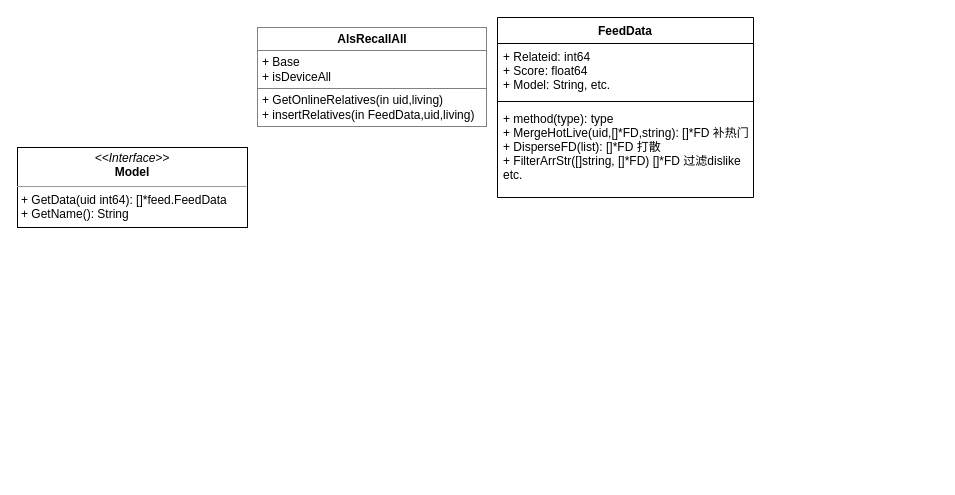
This is Untitled Diagram.drawio from wenzhenmiao/SelfUse, a draw.io file, before an edit. Source tidied: cells renumbered, new cells numbered last; positions are measured from the earlier drawing's top-left corner, leaving out a move shared by most shapes. Both pictures are drawn from the tidied source at 100%, with x=0, y=0 at pixel (17, 17).
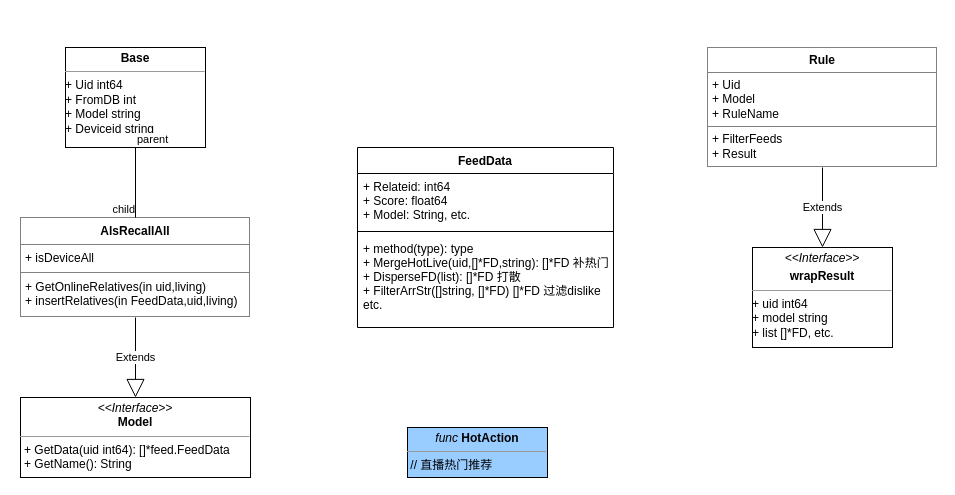
The same page after the edit.

What changed in the source:
```diff
@@
 <mxGraphModel>
   <root>
     <mxCell id="0" />
     <mxCell id="1" parent="0" />
-    <mxCell id="2" value="&lt;table border=&quot;1&quot; width=&quot;100%&quot; cellpadding=&quot;4&quot; style=&quot;width: 100% ; height: 100% ; border-collapse: collapse&quot;&gt;&lt;tbody&gt;&lt;tr&gt;&lt;th align=&quot;center&quot;&gt;&lt;b&gt;AlsRecallAll&lt;/b&gt;&lt;/th&gt;&lt;/tr&gt;&lt;tr&gt;&lt;td&gt;+ Base&lt;br&gt;+ isDeviceAll&lt;/td&gt;&lt;/tr&gt;&lt;tr&gt;&lt;td&gt;+ GetOnlineRelatives(in uid,living)&lt;br&gt;+ insertRelatives(in FeedData,uid,living)&lt;br&gt;&lt;/td&gt;&lt;/tr&gt;&lt;/tbody&gt;&lt;/table&gt;" style="text;html=1;strokeColor=none;fillColor=none;overflow=fill;" parent="1" vertex="1">
-      <mxGeometry x="240" y="10" width="230" height="100" as="geometry" />
+    <mxCell id="2" value="&lt;table border=&quot;1&quot; width=&quot;100%&quot; cellpadding=&quot;4&quot; style=&quot;width: 100% ; height: 100% ; border-collapse: collapse&quot;&gt;&lt;tbody&gt;&lt;tr&gt;&lt;th align=&quot;center&quot;&gt;&lt;b&gt;AlsRecallAll&lt;/b&gt;&lt;/th&gt;&lt;/tr&gt;&lt;tr&gt;&lt;td&gt;+ isDeviceAll&lt;/td&gt;&lt;/tr&gt;&lt;tr&gt;&lt;td&gt;+ GetOnlineRelatives(in uid,living)&lt;br&gt;+ insertRelatives(in FeedData,uid,living)&lt;br&gt;&lt;/td&gt;&lt;/tr&gt;&lt;/tbody&gt;&lt;/table&gt;" style="text;html=1;strokeColor=none;fillColor=none;overflow=fill;" parent="1" vertex="1">
+      <mxGeometry x="3" y="200" width="230" height="100" as="geometry" />
     </mxCell>
     <mxCell id="3" value="&lt;p style=&quot;margin: 0px ; margin-top: 4px ; text-align: center&quot;&gt;&lt;i&gt;&amp;lt;&amp;lt;Interface&amp;gt;&amp;gt;&lt;/i&gt;&lt;br&gt;&lt;b&gt;Model&lt;/b&gt;&lt;/p&gt;&lt;hr size=&quot;1&quot;&gt;&lt;p style=&quot;margin: 0px ; margin-left: 4px&quot;&gt;+ GetData(uid int64): []*feed.FeedData&lt;/p&gt;&lt;p style=&quot;margin: 0px ; margin-left: 4px&quot;&gt;+ GetName(): String&lt;br&gt;&lt;/p&gt;" style="verticalAlign=top;align=left;overflow=fill;fontSize=12;fontFamily=Helvetica;html=1;" parent="1" vertex="1">
-      <mxGeometry y="130" width="230" height="80" as="geometry" />
+      <mxGeometry x="3" y="380" width="230" height="80" as="geometry" />
     </mxCell>
     <mxCell id="4" value="FeedData" style="swimlane;fontStyle=1;align=center;verticalAlign=top;horizontal=1;startSize=26;" parent="1" vertex="1">
-      <mxGeometry x="480" width="256" height="180" as="geometry" />
+      <mxGeometry x="340" y="130" width="256" height="180" as="geometry" />
     </mxCell>
     <mxCell id="5" value="+ Relateid: int64&#10;+ Score: float64&#10;+ Model: String, etc." style="text;strokeColor=none;fillColor=none;align=left;verticalAlign=top;spacingLeft=4;spacingRight=4;overflow=hidden;" parent="4" vertex="1">
       <mxGeometry y="26" width="256" height="54" as="geometry" />
     </mxCell>
     <mxCell id="6" style="line;strokeWidth=1;fillColor=none;align=left;verticalAlign=middle;spacingTop=-1;spacingLeft=3;spacingRight=3;labelPosition=right;" parent="4" vertex="1">
       <mxGeometry y="80" width="256" height="8" as="geometry" />
     </mxCell>
     <mxCell id="7" value="+ method(type): type&#10;+ MergeHotLive(uid,[]*FD,string): []*FD 补热门&#10;+ DisperseFD(list): []*FD 打散&#10;+ FilterArrStr([]string, []*FD) []*FD 过滤dislike&#10;etc." style="text;strokeColor=none;fillColor=none;align=left;verticalAlign=top;spacingLeft=4;spacingRight=4;overflow=hidden;" parent="4" vertex="1">
       <mxGeometry y="88" width="256" height="92" as="geometry" />
     </mxCell>
+    <mxCell id="8" value="Extends" style="endArrow=block;endSize=16;endFill=0;html=1;rounded=0;exitX=0.5;exitY=1;exitDx=0;exitDy=0;entryX=0.5;entryY=0;entryDx=0;entryDy=0;" parent="1" edge="1" source="2" target="3">
+      <mxGeometry relative="1" as="geometry" />
+    </mxCell>
+    <mxCell id="9" value="&lt;p style=&quot;margin: 0px ; margin-top: 4px ; text-align: center&quot;&gt;&lt;i&gt;&amp;lt;&amp;lt;Interface&amp;gt;&amp;gt;&lt;/i&gt;&lt;br&gt;&lt;/p&gt;&lt;p style=&quot;margin: 0px ; margin-top: 4px ; text-align: center&quot;&gt;&lt;b&gt;wrapResult&lt;/b&gt;&lt;/p&gt;&lt;hr size=&quot;1&quot;&gt;&lt;div style=&quot;height: 2px&quot;&gt;+ uid int64&lt;br&gt;+ model string&lt;br&gt;+ list []*FD, etc.&lt;/div&gt;" style="verticalAlign=top;align=left;overflow=fill;fontSize=12;fontFamily=Helvetica;html=1;" parent="1" vertex="1">
+      <mxGeometry x="735" y="230" width="140" height="100" as="geometry" />
+    </mxCell>
+    <mxCell id="10" value="&lt;table border=&quot;1&quot; width=&quot;100%&quot; cellpadding=&quot;4&quot; style=&quot;width: 100% ; height: 100% ; border-collapse: collapse&quot;&gt;&lt;tbody&gt;&lt;tr&gt;&lt;th align=&quot;center&quot;&gt;&lt;b&gt;Rule&lt;/b&gt;&lt;/th&gt;&lt;/tr&gt;&lt;tr&gt;&lt;td&gt;+ Uid&lt;br&gt;+ Model&lt;br&gt;+ RuleName&lt;/td&gt;&lt;/tr&gt;&lt;tr&gt;&lt;td&gt;+ FilterFeeds&lt;br&gt;+ Result&lt;br&gt;&lt;/td&gt;&lt;/tr&gt;&lt;/tbody&gt;&lt;/table&gt;" style="text;html=1;strokeColor=none;fillColor=none;overflow=fill;" parent="1" vertex="1">
+      <mxGeometry x="690" y="30" width="230" height="120" as="geometry" />
+    </mxCell>
+    <mxCell id="11" value="Extends" style="endArrow=block;endSize=16;endFill=0;html=1;rounded=0;exitX=0.5;exitY=1;exitDx=0;exitDy=0;" parent="1" edge="1" source="10" target="9">
+      <mxGeometry relative="1" as="geometry" />
+    </mxCell>
+    <mxCell id="12" value="&lt;p style=&quot;margin: 0px ; margin-top: 4px ; text-align: center&quot;&gt;&lt;b&gt;Base&lt;/b&gt;&lt;/p&gt;&lt;hr size=&quot;1&quot;&gt;&lt;div style=&quot;height: 2px&quot;&gt;+ Uid int64&lt;br&gt;+ FromDB int&lt;br&gt;+ Model string&lt;br&gt;+ Deviceid string&lt;br&gt;&lt;/div&gt;" style="verticalAlign=top;align=left;overflow=fill;fontSize=12;fontFamily=Helvetica;html=1;" parent="1" vertex="1">
+      <mxGeometry x="48" y="30" width="140" height="100" as="geometry" />
+    </mxCell>
+    <mxCell id="13" style="endArrow=none;html=1;edgeStyle=orthogonalEdgeStyle;rounded=0;exitX=0.5;exitY=1;exitDx=0;exitDy=0;entryX=0.5;entryY=0;entryDx=0;entryDy=0;" parent="1" edge="1" source="12" target="2">
+      <mxGeometry relative="1" as="geometry" />
+    </mxCell>
+    <mxCell id="14" value="parent" style="edgeLabel;html=1;align=left;verticalAlign=bottom;" parent="13" vertex="1">
+      <mxGeometry x="-1" relative="1" as="geometry" />
+    </mxCell>
+    <mxCell id="15" value="child" style="edgeLabel;html=1;align=right;verticalAlign=bottom;" parent="13" vertex="1">
+      <mxGeometry x="1" relative="1" as="geometry" />
+    </mxCell>
+    <mxCell id="16" value="&lt;p style=&quot;margin: 0px ; margin-top: 4px ; text-align: center&quot;&gt;&lt;i&gt;func&lt;/i&gt;&lt;b&gt; HotAction&lt;/b&gt;&lt;/p&gt;&lt;hr size=&quot;1&quot;&gt;&lt;div style=&quot;height: 2px&quot;&gt;&amp;nbsp;// 直播热门推荐&lt;/div&gt;" style="verticalAlign=top;align=left;overflow=fill;fontSize=12;fontFamily=Helvetica;html=1;fillColor=#99CCFF;" parent="1" vertex="1">
+      <mxGeometry x="390" y="410" width="140" height="50" as="geometry" />
+    </mxCell>
   </root>
 </mxGraphModel>
```
